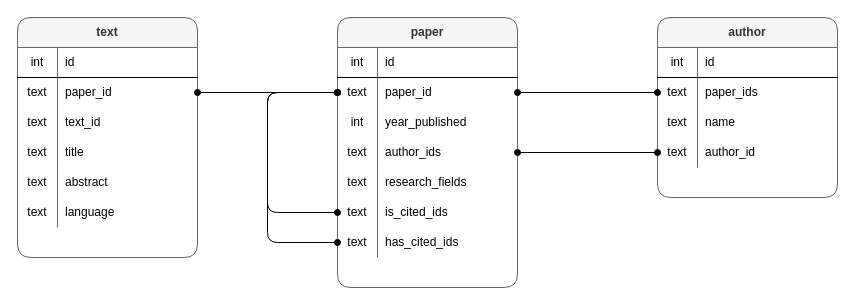
Above: readme_files/database_schema.drawio in zushicat/scholar-data-ingest (draw.io), before the change. Source tidied: cells renumbered, new cells numbered last; positions are measured from the earlier drawing's top-left corner, leaving out a move shared by most shapes. Both pictures are drawn from the tidied source at 100%, with x=0, y=0 at pixel (17, 17).
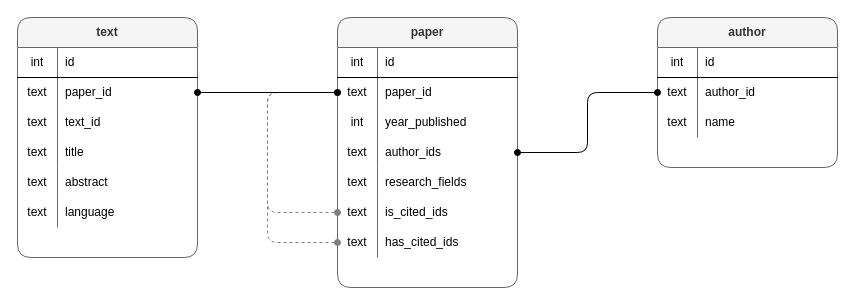
The same page after the edit.

Unchanged cells that the change refers to:
```xml
<mxCell id="34" value="paper" style="shape=table;html=1;whiteSpace=wrap;startSize=30;childLayout=tableLayout;rowLines=0;fontStyle=1;align=center;fillColor=#f5f5f5;strokeColor=#666666;fontColor=#333333;rounded=1;" parent="1" vertex="1">
  <mxGeometry x="320" width="180" height="270" as="geometry" />
</mxCell>
<mxCell id="38" style="shape=partialRectangle;html=1;whiteSpace=wrap;fillColor=none;top=0;left=0;bottom=0;right=0;points=[[0,0.5],[1,0.5]];portConstraint=eastwest;" parent="34" vertex="1">
  <mxGeometry y="60" width="180" height="30" as="geometry" />
</mxCell>
<mxCell id="51" style="shape=partialRectangle;html=1;whiteSpace=wrap;fillColor=none;top=0;left=0;bottom=0;right=0;points=[[0,0.5],[1,0.5]];portConstraint=eastwest;" parent="34" vertex="1">
  <mxGeometry y="180" width="180" height="30" as="geometry" />
</mxCell>
<mxCell id="55" style="shape=partialRectangle;html=1;whiteSpace=wrap;fillColor=none;top=0;left=0;bottom=0;right=0;points=[[0,0.5],[1,0.5]];portConstraint=eastwest;" parent="34" vertex="1">
  <mxGeometry y="210" width="180" height="30" as="geometry" />
</mxCell>
```

The edit, as a diff of the source:
```diff
@@
     <mxCell id="21" value="author" style="shape=table;html=1;whiteSpace=wrap;startSize=30;childLayout=tableLayout;rowLines=0;fontStyle=1;align=center;rounded=1;fillColor=#f5f5f5;strokeColor=#666666;fontColor=#333333;" parent="1" vertex="1">
-      <mxGeometry x="640" width="180" height="180" as="geometry" />
+      <mxGeometry x="640" width="180" height="150" as="geometry" />
     </mxCell>
@@
-    <mxCell id="25" style="shape=partialRectangle;html=1;whiteSpace=wrap;fillColor=none;top=0;left=0;bottom=0;right=0;points=[[0,0.5],[1,0.5]];portConstraint=eastwest;" parent="21" vertex="1">
-      <mxGeometry y="60" width="180" height="30" as="geometry" />
-    </mxCell>
-    <mxCell id="26" value="text" style="shape=partialRectangle;html=1;whiteSpace=wrap;fillColor=none;top=0;left=0;bottom=0;right=0;overflow=hidden;" parent="25" vertex="1">
-      <mxGeometry width="40" height="30" as="geometry" />
-    </mxCell>
-    <mxCell id="27" value="paper_ids" style="shape=partialRectangle;html=1;whiteSpace=wrap;fillColor=none;top=0;left=0;bottom=0;right=0;align=left;spacingLeft=6;overflow=hidden;" parent="25" vertex="1">
-      <mxGeometry x="40" width="140" height="30" as="geometry" />
-    </mxCell>
+    <mxCell id="31" style="shape=partialRectangle;html=1;whiteSpace=wrap;fillColor=none;top=0;left=0;bottom=0;right=0;points=[[0,0.5],[1,0.5]];portConstraint=eastwest;" parent="21" vertex="1">
+      <mxGeometry y="60" width="180" height="30" as="geometry" />
+    </mxCell>
+    <mxCell id="32" value="text" style="shape=partialRectangle;html=1;whiteSpace=wrap;fillColor=none;top=0;left=0;bottom=0;right=0;overflow=hidden;" parent="31" vertex="1">
+      <mxGeometry width="40" height="30" as="geometry" />
+    </mxCell>
+    <mxCell id="33" value="author_id" style="shape=partialRectangle;html=1;whiteSpace=wrap;fillColor=none;top=0;left=0;bottom=0;right=0;align=left;spacingLeft=6;overflow=hidden;" parent="31" vertex="1">
+      <mxGeometry x="40" width="140" height="30" as="geometry" />
+    </mxCell>
@@
-    <mxCell id="31" style="shape=partialRectangle;html=1;whiteSpace=wrap;fillColor=none;top=0;left=0;bottom=0;right=0;points=[[0,0.5],[1,0.5]];portConstraint=eastwest;" parent="21" vertex="1">
-      <mxGeometry y="120" width="180" height="30" as="geometry" />
-    </mxCell>
-    <mxCell id="32" value="text" style="shape=partialRectangle;html=1;whiteSpace=wrap;fillColor=none;top=0;left=0;bottom=0;right=0;overflow=hidden;" parent="31" vertex="1">
-      <mxGeometry width="40" height="30" as="geometry" />
-    </mxCell>
-    <mxCell id="33" value="author_id" style="shape=partialRectangle;html=1;whiteSpace=wrap;fillColor=none;top=0;left=0;bottom=0;right=0;align=left;spacingLeft=6;overflow=hidden;" parent="31" vertex="1">
-      <mxGeometry x="40" width="140" height="30" as="geometry" />
-    </mxCell>
@@
-    <mxCell id="50" style="edgeStyle=orthogonalEdgeStyle;rounded=1;jettySize=auto;html=1;entryX=0;entryY=0.5;entryDx=0;entryDy=0;startArrow=oval;startFill=1;endArrow=oval;endFill=1;" parent="34" edge="1" source="51" target="38">
+    <mxCell id="50" style="edgeStyle=orthogonalEdgeStyle;rounded=1;jettySize=auto;html=1;entryX=0;entryY=0.5;entryDx=0;entryDy=0;startArrow=oval;startFill=1;endArrow=oval;endFill=1;dashed=1;fillColor=#f5f5f5;strokeColor=#808080;" parent="34" edge="1" source="51" target="38">
       <mxGeometry relative="1" as="geometry">
         <Array as="points">
           <mxPoint x="-70" y="195" />
           <mxPoint x="-70" y="75" />
         </Array>
       </mxGeometry>
     </mxCell>
@@
-    <mxCell id="54" style="edgeStyle=orthogonalEdgeStyle;rounded=1;jettySize=auto;html=1;entryX=0;entryY=0.5;entryDx=0;entryDy=0;startArrow=oval;startFill=1;endArrow=oval;endFill=1;" parent="34" edge="1" source="55" target="38">
+    <mxCell id="54" style="edgeStyle=orthogonalEdgeStyle;rounded=1;jettySize=auto;html=1;entryX=0;entryY=0.5;entryDx=0;entryDy=0;startArrow=oval;startFill=1;endArrow=oval;endFill=1;dashed=1;strokeColor=#808080;" parent="34" edge="1" source="55" target="38">
       <mxGeometry relative="1" as="geometry">
         <Array as="points">
           <mxPoint x="-70" y="225" />
           <mxPoint x="-70" y="75" />
         </Array>
       </mxGeometry>
     </mxCell>
@@
-    <mxCell id="58" style="edgeStyle=orthogonalEdgeStyle;rounded=1;jettySize=auto;html=1;entryX=0;entryY=0.5;entryDx=0;entryDy=0;startArrow=oval;startFill=1;endArrow=oval;endFill=1;" parent="1" edge="1" source="38" target="25">
-      <mxGeometry relative="1" as="geometry" />
-    </mxCell>
```
